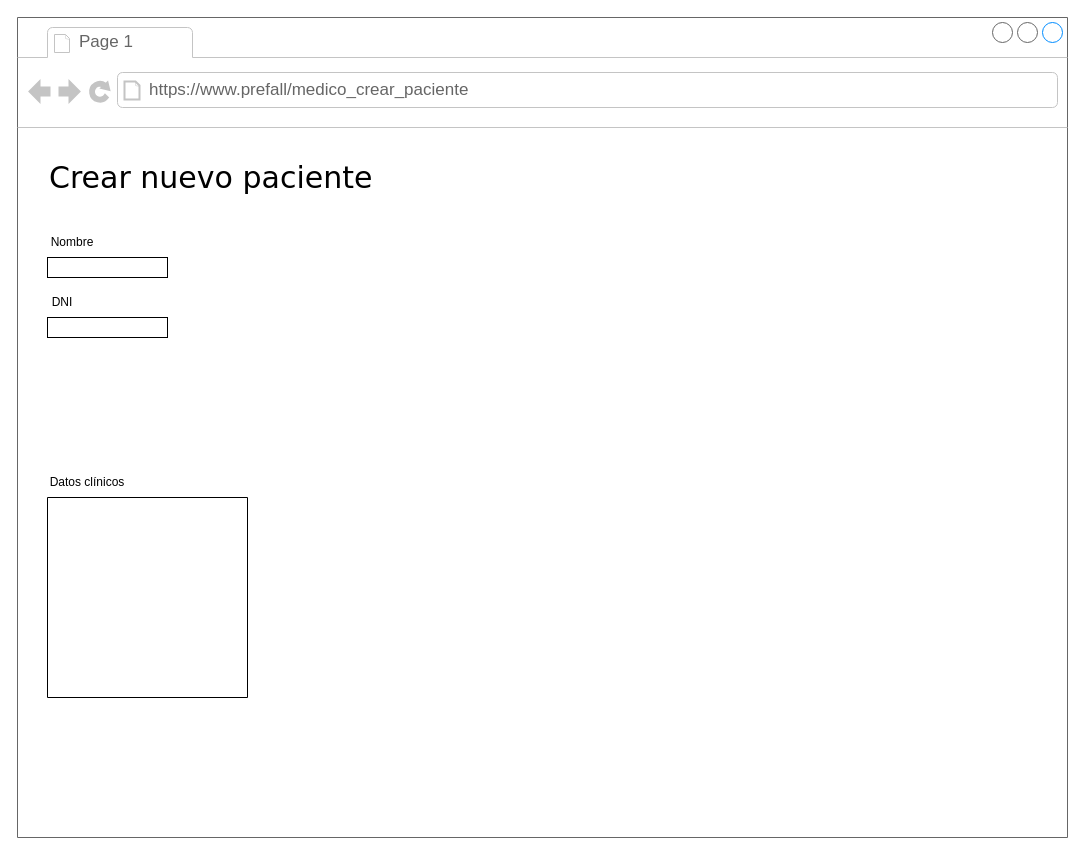
The draw.io diagram (Medico) Crear Paciente.drawio in bernatDiaz/artefactos, before the edit. Source tidied: cells renumbered, new cells numbered last; positions are measured from the earlier drawing's top-left corner, leaving out a move shared by most shapes. Both pictures are drawn from the tidied source at 100%, with x=0, y=0 at pixel (17, 17).
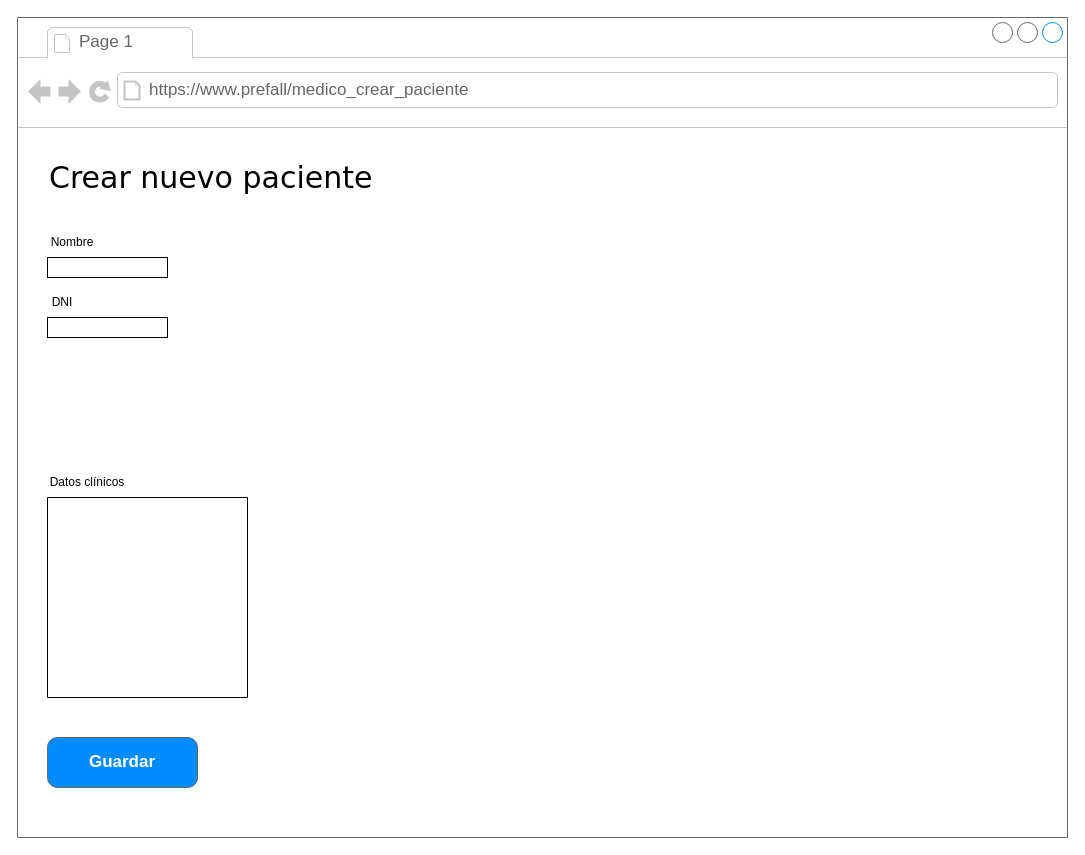
The same diagram, later.

Change to the diagram source:
```diff
@@
 <mxGraphModel>
   <root>
     <mxCell id="0" />
     <mxCell id="1" parent="0" />
     <mxCell id="2" style="strokeWidth=1;shadow=0;dashed=0;align=center;html=1;shape=mxgraph.mockup.containers.browserWindow;rSize=0;strokeColor=#666666;mainText=,;rounded=0;labelBackgroundColor=none;fontFamily=Verdana;fontSize=12;" parent="1" vertex="1">
       <mxGeometry width="1050" height="820" as="geometry" />
     </mxCell>
     <mxCell id="3" value="Page 1" style="strokeWidth=1;shadow=0;dashed=0;align=center;html=1;shape=mxgraph.mockup.containers.anchor;fontSize=17;fontColor=#666666;align=left;" parent="2" vertex="1">
       <mxGeometry x="60" y="12" width="110" height="26" as="geometry" />
     </mxCell>
     <mxCell id="4" value="https://www.prefall/medico_crear_paciente" style="strokeWidth=1;shadow=0;dashed=0;align=center;html=1;shape=mxgraph.mockup.containers.anchor;rSize=0;fontSize=17;fontColor=#666666;align=left;" parent="2" vertex="1">
       <mxGeometry x="130" y="60" width="250" height="26" as="geometry" />
     </mxCell>
     <mxCell id="5" value="Crear nuevo paciente" style="text;html=1;align=left;verticalAlign=top;spacingTop=-4;fontSize=30;fontFamily=Verdana;" parent="2" vertex="1">
       <mxGeometry x="30" y="140" width="340" height="50" as="geometry" />
     </mxCell>
     <mxCell id="6" value="Nombre" style="text;html=1;strokeColor=none;fillColor=none;align=center;verticalAlign=middle;whiteSpace=wrap;rounded=0;" parent="2" vertex="1">
       <mxGeometry x="30" y="210" width="50" height="30" as="geometry" />
     </mxCell>
     <mxCell id="7" style="rounded=0;whiteSpace=wrap;html=1;" parent="2" vertex="1">
       <mxGeometry x="30" y="240" width="120" height="20" as="geometry" />
     </mxCell>
     <mxCell id="8" value="DNI" style="text;html=1;strokeColor=none;fillColor=none;align=center;verticalAlign=middle;whiteSpace=wrap;rounded=0;" parent="2" vertex="1">
       <mxGeometry x="30" y="270" width="30" height="30" as="geometry" />
     </mxCell>
     <mxCell id="9" style="rounded=0;whiteSpace=wrap;html=1;" parent="2" vertex="1">
       <mxGeometry x="30" y="300" width="120" height="20" as="geometry" />
     </mxCell>
     <mxCell id="10" value="Datos clínicos" style="text;html=1;strokeColor=none;fillColor=none;align=center;verticalAlign=middle;whiteSpace=wrap;rounded=0;" parent="2" vertex="1">
       <mxGeometry x="30" y="450" width="80" height="30" as="geometry" />
     </mxCell>
     <mxCell id="11" style="swimlane;startSize=0;" parent="2" vertex="1">
       <mxGeometry x="30" y="480" width="200" height="200" as="geometry" />
     </mxCell>
+    <mxCell id="12" value="Guardar" style="strokeWidth=1;shadow=0;dashed=0;align=center;html=1;shape=mxgraph.mockup.buttons.button;strokeColor=#666666;fontColor=#ffffff;mainText=;buttonStyle=round;fontSize=17;fontStyle=1;fillColor=#008cff;whiteSpace=wrap;" parent="2" vertex="1">
+      <mxGeometry x="30" y="720" width="150" height="50" as="geometry" />
+    </mxCell>
   </root>
 </mxGraphModel>
```
